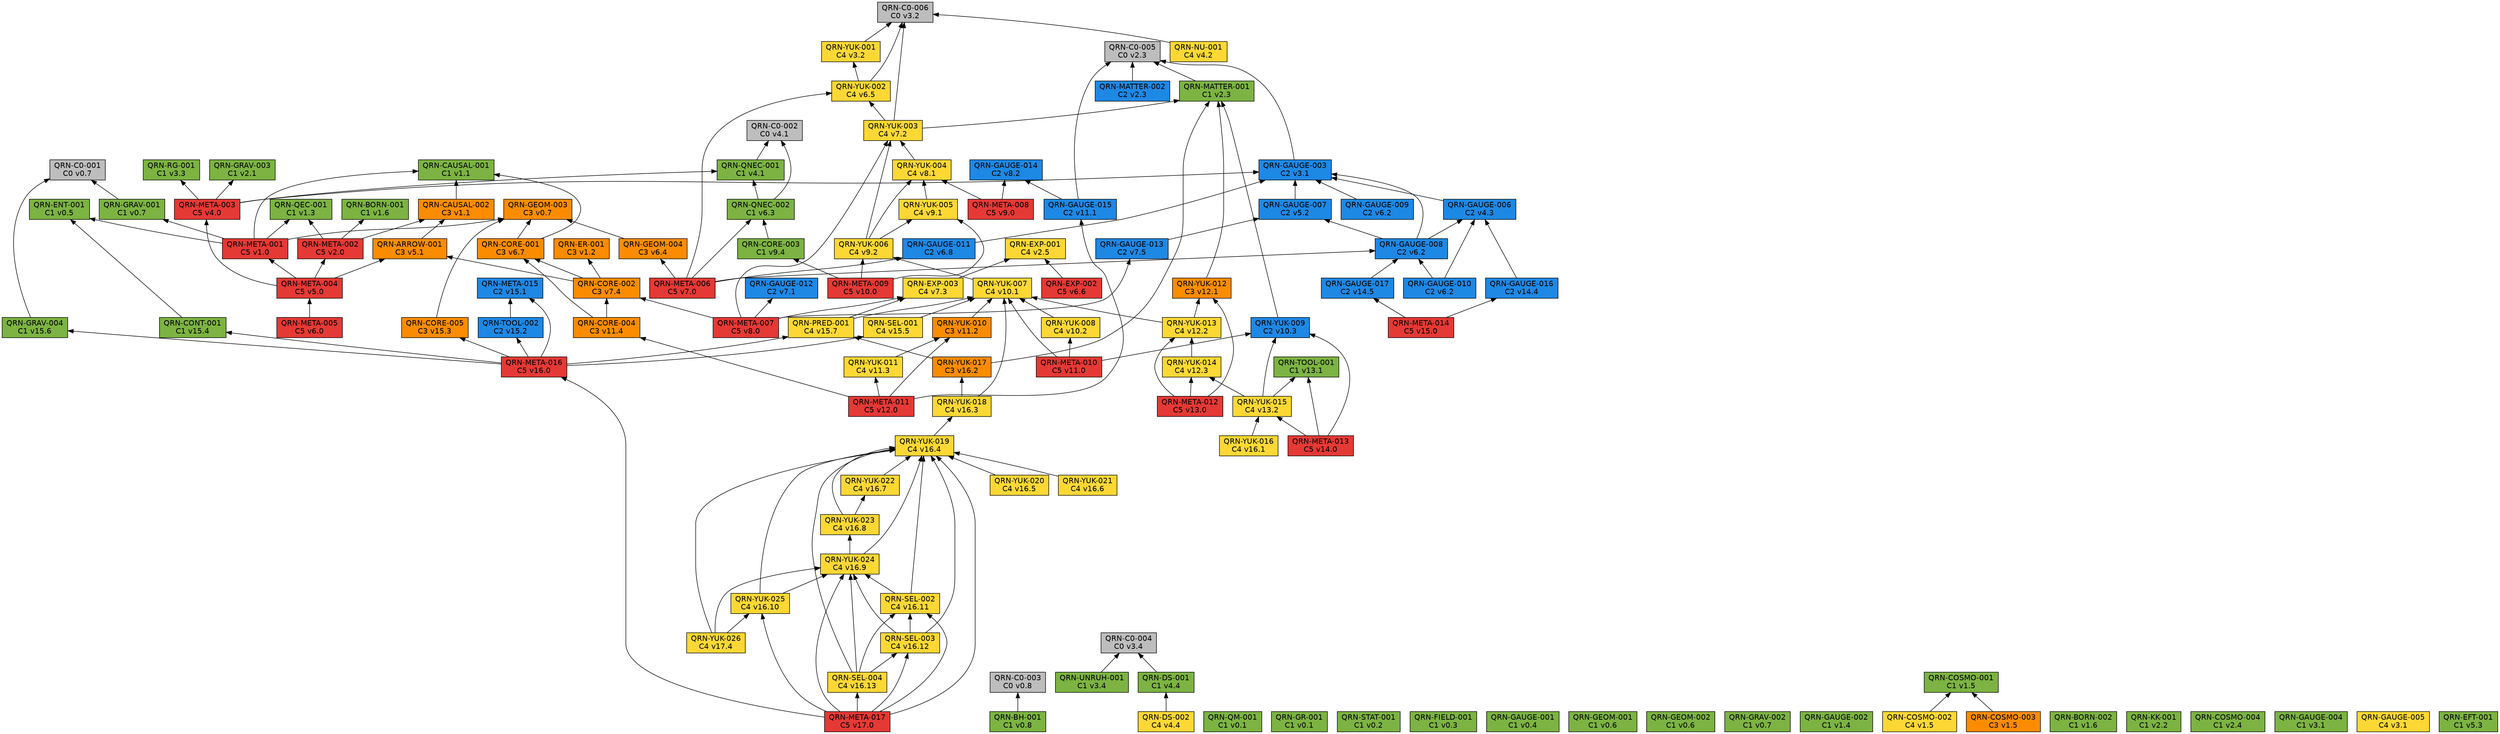
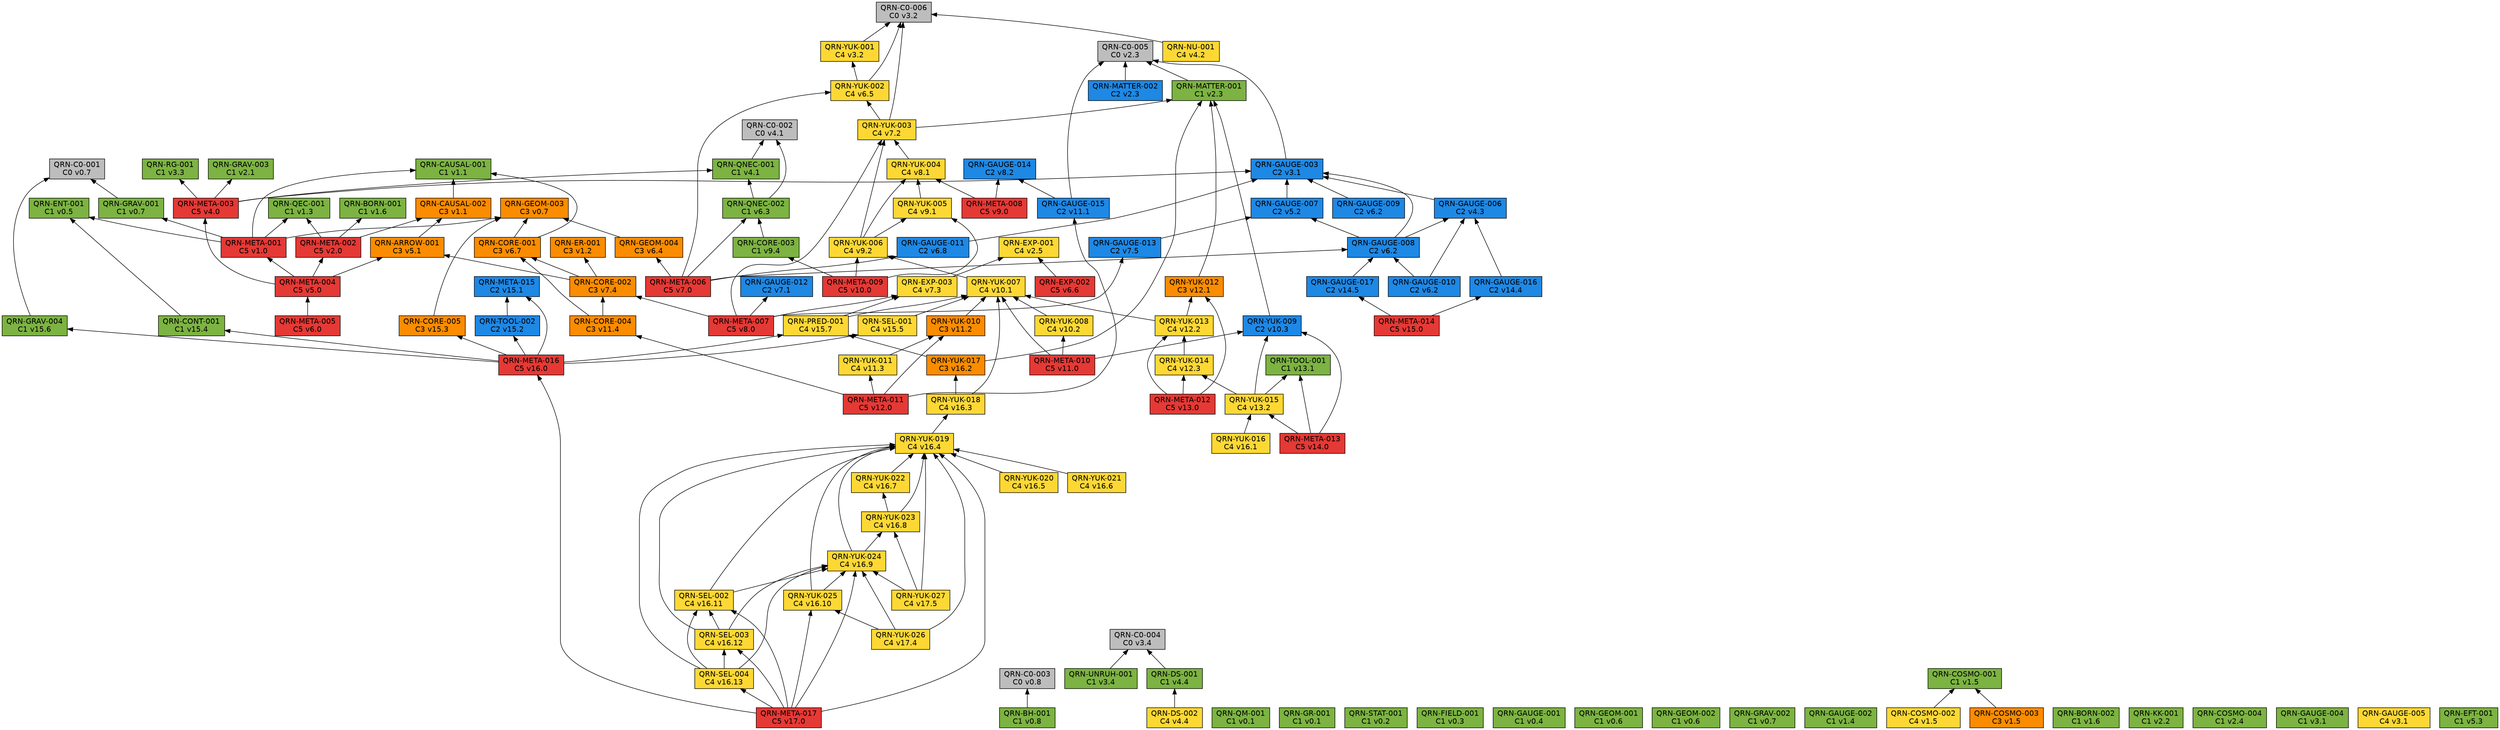
// 自動生成 (dag/report.pl) — QRN 主張依存グラフ
digraph qrn {
  rankdir=BT;
  node [shape=box, style=filled, fontname="Helvetica"];
  "QRN-C0-001" [fillcolor="#bdbdbd", label="QRN-C0-001\nC0 v0.7"];
  "QRN-C0-002" [fillcolor="#bdbdbd", label="QRN-C0-002\nC0 v4.1"];
  "QRN-C0-003" [fillcolor="#bdbdbd", label="QRN-C0-003\nC0 v0.8"];
  "QRN-C0-004" [fillcolor="#bdbdbd", label="QRN-C0-004\nC0 v3.4"];
  "QRN-C0-005" [fillcolor="#bdbdbd", label="QRN-C0-005\nC0 v2.3"];
  "QRN-C0-006" [fillcolor="#bdbdbd", label="QRN-C0-006\nC0 v3.2"];
  "QRN-QM-001" [fillcolor="#7cb342", label="QRN-QM-001\nC1 v0.1"];
  "QRN-GR-001" [fillcolor="#7cb342", label="QRN-GR-001\nC1 v0.1"];
  "QRN-STAT-001" [fillcolor="#7cb342", label="QRN-STAT-001\nC1 v0.2"];
  "QRN-FIELD-001" [fillcolor="#7cb342", label="QRN-FIELD-001\nC1 v0.3"];
  "QRN-GAUGE-001" [fillcolor="#7cb342", label="QRN-GAUGE-001\nC1 v0.4"];
  "QRN-ENT-001" [fillcolor="#7cb342", label="QRN-ENT-001\nC1 v0.5"];
  "QRN-GEOM-001" [fillcolor="#7cb342", label="QRN-GEOM-001\nC1 v0.6"];
  "QRN-GEOM-002" [fillcolor="#7cb342", label="QRN-GEOM-002\nC1 v0.6"];
  "QRN-GEOM-003" [fillcolor="#fb8c00", label="QRN-GEOM-003\nC3 v0.7"];
  "QRN-GRAV-001" [fillcolor="#7cb342", label="QRN-GRAV-001\nC1 v0.7"];
  "QRN-GRAV-002" [fillcolor="#7cb342", label="QRN-GRAV-002\nC1 v0.7"];
  "QRN-BH-001" [fillcolor="#7cb342", label="QRN-BH-001\nC1 v0.8"];
  "QRN-CAUSAL-001" [fillcolor="#7cb342", label="QRN-CAUSAL-001\nC1 v1.1"];
  "QRN-CAUSAL-002" [fillcolor="#fb8c00", label="QRN-CAUSAL-002\nC3 v1.1"];
  "QRN-ER-001" [fillcolor="#fb8c00", label="QRN-ER-001\nC3 v1.2"];
  "QRN-QEC-001" [fillcolor="#7cb342", label="QRN-QEC-001\nC1 v1.3"];
  "QRN-GAUGE-002" [fillcolor="#7cb342", label="QRN-GAUGE-002\nC1 v1.4"];
  "QRN-COSMO-001" [fillcolor="#7cb342", label="QRN-COSMO-001\nC1 v1.5"];
  "QRN-COSMO-002" [fillcolor="#fdd835", label="QRN-COSMO-002\nC4 v1.5"];
  "QRN-COSMO-003" [fillcolor="#fb8c00", label="QRN-COSMO-003\nC3 v1.5"];
  "QRN-BORN-001" [fillcolor="#7cb342", label="QRN-BORN-001\nC1 v1.6"];
  "QRN-BORN-002" [fillcolor="#7cb342", label="QRN-BORN-002\nC1 v1.6"];
  "QRN-GRAV-003" [fillcolor="#7cb342", label="QRN-GRAV-003\nC1 v2.1"];
  "QRN-KK-001" [fillcolor="#7cb342", label="QRN-KK-001\nC1 v2.2"];
  "QRN-MATTER-001" [fillcolor="#7cb342", label="QRN-MATTER-001\nC1 v2.3"];
  "QRN-MATTER-002" [fillcolor="#1e88e5", label="QRN-MATTER-002\nC2 v2.3"];
  "QRN-COSMO-004" [fillcolor="#7cb342", label="QRN-COSMO-004\nC1 v2.4"];
  "QRN-EXP-001" [fillcolor="#fdd835", label="QRN-EXP-001\nC4 v2.5"];
  "QRN-GAUGE-003" [fillcolor="#1e88e5", label="QRN-GAUGE-003\nC2 v3.1"];
  "QRN-GAUGE-004" [fillcolor="#7cb342", label="QRN-GAUGE-004\nC1 v3.1"];
  "QRN-GAUGE-005" [fillcolor="#fdd835", label="QRN-GAUGE-005\nC4 v3.1"];
  "QRN-YUK-001" [fillcolor="#fdd835", label="QRN-YUK-001\nC4 v3.2"];
  "QRN-RG-001" [fillcolor="#7cb342", label="QRN-RG-001\nC1 v3.3"];
  "QRN-UNRUH-001" [fillcolor="#7cb342", label="QRN-UNRUH-001\nC1 v3.4"];
  "QRN-QNEC-001" [fillcolor="#7cb342", label="QRN-QNEC-001\nC1 v4.1"];
  "QRN-NU-001" [fillcolor="#fdd835", label="QRN-NU-001\nC4 v4.2"];
  "QRN-GAUGE-006" [fillcolor="#1e88e5", label="QRN-GAUGE-006\nC2 v4.3"];
  "QRN-DS-001" [fillcolor="#7cb342", label="QRN-DS-001\nC1 v4.4"];
  "QRN-DS-002" [fillcolor="#fdd835", label="QRN-DS-002\nC4 v4.4"];
  "QRN-ARROW-001" [fillcolor="#fb8c00", label="QRN-ARROW-001\nC3 v5.1"];
  "QRN-GAUGE-007" [fillcolor="#1e88e5", label="QRN-GAUGE-007\nC2 v5.2"];
  "QRN-EFT-001" [fillcolor="#7cb342", label="QRN-EFT-001\nC1 v5.3"];
  "QRN-GAUGE-008" [fillcolor="#1e88e5", label="QRN-GAUGE-008\nC2 v6.2"];
  "QRN-GAUGE-009" [fillcolor="#1e88e5", label="QRN-GAUGE-009\nC2 v6.2"];
  "QRN-GAUGE-010" [fillcolor="#1e88e5", label="QRN-GAUGE-010\nC2 v6.2"];
  "QRN-QNEC-002" [fillcolor="#7cb342", label="QRN-QNEC-002\nC1 v6.3"];
  "QRN-GEOM-004" [fillcolor="#fb8c00", label="QRN-GEOM-004\nC3 v6.4"];
  "QRN-YUK-002" [fillcolor="#fdd835", label="QRN-YUK-002\nC4 v6.5"];
  "QRN-EXP-002" [fillcolor="#e53935", label="QRN-EXP-002\nC5 v6.6"];
  "QRN-CORE-001" [fillcolor="#fb8c00", label="QRN-CORE-001\nC3 v6.7"];
  "QRN-GAUGE-011" [fillcolor="#1e88e5", label="QRN-GAUGE-011\nC2 v6.8"];
  "QRN-GAUGE-012" [fillcolor="#1e88e5", label="QRN-GAUGE-012\nC2 v7.1"];
  "QRN-YUK-003" [fillcolor="#fdd835", label="QRN-YUK-003\nC4 v7.2"];
  "QRN-EXP-003" [fillcolor="#fdd835", label="QRN-EXP-003\nC4 v7.3"];
  "QRN-CORE-002" [fillcolor="#fb8c00", label="QRN-CORE-002\nC3 v7.4"];
  "QRN-GAUGE-013" [fillcolor="#1e88e5", label="QRN-GAUGE-013\nC2 v7.5"];
  "QRN-YUK-004" [fillcolor="#fdd835", label="QRN-YUK-004\nC4 v8.1"];
  "QRN-GAUGE-014" [fillcolor="#1e88e5", label="QRN-GAUGE-014\nC2 v8.2"];
  "QRN-META-001" [fillcolor="#e53935", label="QRN-META-001\nC5 v1.0"];
  "QRN-META-002" [fillcolor="#e53935", label="QRN-META-002\nC5 v2.0"];
  "QRN-META-003" [fillcolor="#e53935", label="QRN-META-003\nC5 v4.0"];
  "QRN-META-004" [fillcolor="#e53935", label="QRN-META-004\nC5 v5.0"];
  "QRN-META-005" [fillcolor="#e53935", label="QRN-META-005\nC5 v6.0"];
  "QRN-META-006" [fillcolor="#e53935", label="QRN-META-006\nC5 v7.0"];
  "QRN-META-007" [fillcolor="#e53935", label="QRN-META-007\nC5 v8.0"];
  "QRN-META-008" [fillcolor="#e53935", label="QRN-META-008\nC5 v9.0"];
  "QRN-YUK-005" [fillcolor="#fdd835", label="QRN-YUK-005\nC4 v9.1"];
  "QRN-YUK-006" [fillcolor="#fdd835", label="QRN-YUK-006\nC4 v9.2"];
  "QRN-CORE-003" [fillcolor="#7cb342", label="QRN-CORE-003\nC1 v9.4"];
  "QRN-META-009" [fillcolor="#e53935", label="QRN-META-009\nC5 v10.0"];
  "QRN-YUK-007" [fillcolor="#fdd835", label="QRN-YUK-007\nC4 v10.1"];
  "QRN-YUK-008" [fillcolor="#fdd835", label="QRN-YUK-008\nC4 v10.2"];
  "QRN-YUK-009" [fillcolor="#1e88e5", label="QRN-YUK-009\nC2 v10.3"];
  "QRN-META-010" [fillcolor="#e53935", label="QRN-META-010\nC5 v11.0"];
  "QRN-GAUGE-015" [fillcolor="#1e88e5", label="QRN-GAUGE-015\nC2 v11.1"];
  "QRN-YUK-010" [fillcolor="#fb8c00", label="QRN-YUK-010\nC3 v11.2"];
  "QRN-YUK-011" [fillcolor="#fdd835", label="QRN-YUK-011\nC4 v11.3"];
  "QRN-CORE-004" [fillcolor="#fb8c00", label="QRN-CORE-004\nC3 v11.4"];
  "QRN-META-011" [fillcolor="#e53935", label="QRN-META-011\nC5 v12.0"];
  "QRN-YUK-012" [fillcolor="#fb8c00", label="QRN-YUK-012\nC3 v12.1"];
  "QRN-YUK-013" [fillcolor="#fdd835", label="QRN-YUK-013\nC4 v12.2"];
  "QRN-YUK-014" [fillcolor="#fdd835", label="QRN-YUK-014\nC4 v12.3"];
  "QRN-META-012" [fillcolor="#e53935", label="QRN-META-012\nC5 v13.0"];
  "QRN-TOOL-001" [fillcolor="#7cb342", label="QRN-TOOL-001\nC1 v13.1"];
  "QRN-YUK-015" [fillcolor="#fdd835", label="QRN-YUK-015\nC4 v13.2"];
  "QRN-META-013" [fillcolor="#e53935", label="QRN-META-013\nC5 v14.0"];
  "QRN-GAUGE-016" [fillcolor="#1e88e5", label="QRN-GAUGE-016\nC2 v14.4"];
  "QRN-GAUGE-017" [fillcolor="#1e88e5", label="QRN-GAUGE-017\nC2 v14.5"];
  "QRN-META-014" [fillcolor="#e53935", label="QRN-META-014\nC5 v15.0"];
  "QRN-META-015" [fillcolor="#1e88e5", label="QRN-META-015\nC2 v15.1"];
  "QRN-TOOL-002" [fillcolor="#1e88e5", label="QRN-TOOL-002\nC2 v15.2"];
  "QRN-CORE-005" [fillcolor="#fb8c00", label="QRN-CORE-005\nC3 v15.3"];
  "QRN-CONT-001" [fillcolor="#7cb342", label="QRN-CONT-001\nC1 v15.4"];
  "QRN-SEL-001" [fillcolor="#fdd835", label="QRN-SEL-001\nC4 v15.5"];
  "QRN-GRAV-004" [fillcolor="#7cb342", label="QRN-GRAV-004\nC1 v15.6"];
  "QRN-PRED-001" [fillcolor="#fdd835", label="QRN-PRED-001\nC4 v15.7"];
  "QRN-META-016" [fillcolor="#e53935", label="QRN-META-016\nC5 v16.0"];
  "QRN-YUK-016" [fillcolor="#fdd835", label="QRN-YUK-016\nC4 v16.1"];
  "QRN-YUK-017" [fillcolor="#fb8c00", label="QRN-YUK-017\nC3 v16.2"];
  "QRN-YUK-018" [fillcolor="#fdd835", label="QRN-YUK-018\nC4 v16.3"];
  "QRN-YUK-019" [fillcolor="#fdd835", label="QRN-YUK-019\nC4 v16.4"];
  "QRN-YUK-020" [fillcolor="#fdd835", label="QRN-YUK-020\nC4 v16.5"];
  "QRN-YUK-021" [fillcolor="#fdd835", label="QRN-YUK-021\nC4 v16.6"];
  "QRN-YUK-022" [fillcolor="#fdd835", label="QRN-YUK-022\nC4 v16.7"];
  "QRN-YUK-023" [fillcolor="#fdd835", label="QRN-YUK-023\nC4 v16.8"];
  "QRN-YUK-024" [fillcolor="#fdd835", label="QRN-YUK-024\nC4 v16.9"];
  "QRN-YUK-025" [fillcolor="#fdd835", label="QRN-YUK-025\nC4 v16.10"];
  "QRN-SEL-002" [fillcolor="#fdd835", label="QRN-SEL-002\nC4 v16.11"];
  "QRN-SEL-003" [fillcolor="#fdd835", label="QRN-SEL-003\nC4 v16.12"];
  "QRN-SEL-004" [fillcolor="#fdd835", label="QRN-SEL-004\nC4 v16.13"];
  "QRN-META-017" [fillcolor="#e53935", label="QRN-META-017\nC5 v17.0"];
  "QRN-YUK-026" [fillcolor="#fdd835", label="QRN-YUK-026\nC4 v17.4"];
+   "QRN-YUK-027" [fillcolor="#fdd835", label="QRN-YUK-027\nC4 v17.5"];
  "QRN-GRAV-001" -> "QRN-C0-001";
  "QRN-BH-001" -> "QRN-C0-003";
  "QRN-CAUSAL-002" -> "QRN-CAUSAL-001";
  "QRN-COSMO-002" -> "QRN-COSMO-001";
  "QRN-COSMO-003" -> "QRN-COSMO-001";
  "QRN-MATTER-001" -> "QRN-C0-005";
  "QRN-MATTER-002" -> "QRN-C0-005";
  "QRN-GAUGE-003" -> "QRN-C0-005";
  "QRN-YUK-001" -> "QRN-C0-006";
  "QRN-UNRUH-001" -> "QRN-C0-004";
  "QRN-QNEC-001" -> "QRN-C0-002";
  "QRN-NU-001" -> "QRN-C0-006";
  "QRN-GAUGE-006" -> "QRN-GAUGE-003";
  "QRN-DS-001" -> "QRN-C0-004";
  "QRN-DS-002" -> "QRN-DS-001";
  "QRN-ARROW-001" -> "QRN-CAUSAL-002";
  "QRN-GAUGE-007" -> "QRN-GAUGE-003";
  "QRN-GAUGE-008" -> "QRN-GAUGE-003";
  "QRN-GAUGE-008" -> "QRN-GAUGE-006";
  "QRN-GAUGE-008" -> "QRN-GAUGE-007";
  "QRN-GAUGE-009" -> "QRN-GAUGE-003";
  "QRN-GAUGE-010" -> "QRN-GAUGE-006";
  "QRN-GAUGE-010" -> "QRN-GAUGE-008";
  "QRN-QNEC-002" -> "QRN-C0-002";
  "QRN-QNEC-002" -> "QRN-QNEC-001";
  "QRN-GEOM-004" -> "QRN-GEOM-003";
  "QRN-YUK-002" -> "QRN-C0-006";
  "QRN-YUK-002" -> "QRN-YUK-001";
  "QRN-EXP-002" -> "QRN-EXP-001";
  "QRN-CORE-001" -> "QRN-GEOM-003";
  "QRN-CORE-001" -> "QRN-CAUSAL-001";
  "QRN-GAUGE-011" -> "QRN-GAUGE-003";
  "QRN-YUK-003" -> "QRN-C0-006";
  "QRN-YUK-003" -> "QRN-MATTER-001";
  "QRN-YUK-003" -> "QRN-YUK-002";
  "QRN-EXP-003" -> "QRN-EXP-001";
  "QRN-CORE-002" -> "QRN-CORE-001";
  "QRN-CORE-002" -> "QRN-ER-001";
  "QRN-CORE-002" -> "QRN-ARROW-001";
  "QRN-GAUGE-013" -> "QRN-GAUGE-007";
  "QRN-YUK-004" -> "QRN-YUK-003";
  "QRN-META-001" -> "QRN-GEOM-003";
  "QRN-META-001" -> "QRN-GRAV-001";
  "QRN-META-001" -> "QRN-CAUSAL-001";
  "QRN-META-001" -> "QRN-QEC-001";
  "QRN-META-001" -> "QRN-ENT-001";
  "QRN-META-002" -> "QRN-QEC-001";
  "QRN-META-002" -> "QRN-BORN-001";
  "QRN-META-002" -> "QRN-CAUSAL-002";
  "QRN-META-003" -> "QRN-GAUGE-003";
  "QRN-META-003" -> "QRN-RG-001";
  "QRN-META-003" -> "QRN-QNEC-001";
  "QRN-META-003" -> "QRN-GRAV-003";
  "QRN-META-004" -> "QRN-META-001";
  "QRN-META-004" -> "QRN-META-002";
  "QRN-META-004" -> "QRN-META-003";
  "QRN-META-004" -> "QRN-ARROW-001";
  "QRN-META-005" -> "QRN-META-004";
  "QRN-META-006" -> "QRN-GAUGE-008";
  "QRN-META-006" -> "QRN-QNEC-002";
  "QRN-META-006" -> "QRN-GEOM-004";
  "QRN-META-006" -> "QRN-YUK-002";
  "QRN-META-006" -> "QRN-GAUGE-011";
  "QRN-META-007" -> "QRN-GAUGE-012";
  "QRN-META-007" -> "QRN-YUK-003";
  "QRN-META-007" -> "QRN-EXP-003";
  "QRN-META-007" -> "QRN-CORE-002";
  "QRN-META-007" -> "QRN-GAUGE-013";
  "QRN-META-008" -> "QRN-YUK-004";
  "QRN-META-008" -> "QRN-GAUGE-014";
  "QRN-YUK-005" -> "QRN-YUK-004";
  "QRN-YUK-006" -> "QRN-YUK-003";
  "QRN-YUK-006" -> "QRN-YUK-004";
  "QRN-YUK-006" -> "QRN-YUK-005";
  "QRN-CORE-003" -> "QRN-QNEC-002";
  "QRN-META-009" -> "QRN-YUK-005";
  "QRN-META-009" -> "QRN-YUK-006";
  "QRN-META-009" -> "QRN-CORE-003";
  "QRN-YUK-007" -> "QRN-YUK-006";
  "QRN-YUK-008" -> "QRN-YUK-007";
  "QRN-YUK-009" -> "QRN-MATTER-001";
  "QRN-META-010" -> "QRN-YUK-007";
  "QRN-META-010" -> "QRN-YUK-008";
  "QRN-META-010" -> "QRN-YUK-009";
  "QRN-GAUGE-015" -> "QRN-C0-005";
  "QRN-GAUGE-015" -> "QRN-GAUGE-014";
  "QRN-YUK-010" -> "QRN-YUK-007";
  "QRN-YUK-011" -> "QRN-YUK-010";
  "QRN-CORE-004" -> "QRN-CORE-001";
  "QRN-CORE-004" -> "QRN-CORE-002";
  "QRN-META-011" -> "QRN-GAUGE-015";
  "QRN-META-011" -> "QRN-YUK-010";
  "QRN-META-011" -> "QRN-YUK-011";
  "QRN-META-011" -> "QRN-CORE-004";
  "QRN-YUK-012" -> "QRN-MATTER-001";
  "QRN-YUK-013" -> "QRN-YUK-012";
  "QRN-YUK-013" -> "QRN-YUK-007";
  "QRN-YUK-014" -> "QRN-YUK-013";
  "QRN-META-012" -> "QRN-YUK-012";
  "QRN-META-012" -> "QRN-YUK-013";
  "QRN-META-012" -> "QRN-YUK-014";
  "QRN-YUK-015" -> "QRN-YUK-014";
  "QRN-YUK-015" -> "QRN-TOOL-001";
  "QRN-YUK-015" -> "QRN-YUK-009";
  "QRN-META-013" -> "QRN-YUK-015";
  "QRN-META-013" -> "QRN-TOOL-001";
  "QRN-META-013" -> "QRN-YUK-009";
  "QRN-GAUGE-016" -> "QRN-GAUGE-006";
  "QRN-GAUGE-017" -> "QRN-GAUGE-008";
  "QRN-META-014" -> "QRN-GAUGE-016";
  "QRN-META-014" -> "QRN-GAUGE-017";
  "QRN-TOOL-002" -> "QRN-META-015";
  "QRN-CORE-005" -> "QRN-GEOM-003";
  "QRN-CONT-001" -> "QRN-ENT-001";
  "QRN-SEL-001" -> "QRN-YUK-007";
  "QRN-GRAV-004" -> "QRN-C0-001";
  "QRN-PRED-001" -> "QRN-YUK-007";
  "QRN-PRED-001" -> "QRN-EXP-003";
  "QRN-META-016" -> "QRN-META-015";
  "QRN-META-016" -> "QRN-TOOL-002";
  "QRN-META-016" -> "QRN-CORE-005";
  "QRN-META-016" -> "QRN-CONT-001";
  "QRN-META-016" -> "QRN-SEL-001";
  "QRN-META-016" -> "QRN-GRAV-004";
  "QRN-META-016" -> "QRN-PRED-001";
  "QRN-YUK-016" -> "QRN-YUK-015";
  "QRN-YUK-017" -> "QRN-MATTER-001";
  "QRN-YUK-017" -> "QRN-PRED-001";
  "QRN-YUK-018" -> "QRN-YUK-017";
  "QRN-YUK-018" -> "QRN-YUK-007";
  "QRN-YUK-019" -> "QRN-YUK-018";
  "QRN-YUK-020" -> "QRN-YUK-019";
  "QRN-YUK-021" -> "QRN-YUK-019";
  "QRN-YUK-022" -> "QRN-YUK-019";
  "QRN-YUK-023" -> "QRN-YUK-019";
  "QRN-YUK-023" -> "QRN-YUK-022";
  "QRN-YUK-024" -> "QRN-YUK-019";
  "QRN-YUK-024" -> "QRN-YUK-023";
  "QRN-YUK-025" -> "QRN-YUK-019";
  "QRN-YUK-025" -> "QRN-YUK-024";
  "QRN-SEL-002" -> "QRN-YUK-019";
  "QRN-SEL-002" -> "QRN-YUK-024";
  "QRN-SEL-003" -> "QRN-YUK-019";
  "QRN-SEL-003" -> "QRN-YUK-024";
  "QRN-SEL-003" -> "QRN-SEL-002";
  "QRN-SEL-004" -> "QRN-YUK-019";
  "QRN-SEL-004" -> "QRN-YUK-024";
  "QRN-SEL-004" -> "QRN-SEL-002";
  "QRN-SEL-004" -> "QRN-SEL-003";
  "QRN-META-017" -> "QRN-META-016";
  "QRN-META-017" -> "QRN-YUK-019";
  "QRN-META-017" -> "QRN-YUK-024";
  "QRN-META-017" -> "QRN-YUK-025";
  "QRN-META-017" -> "QRN-SEL-002";
  "QRN-META-017" -> "QRN-SEL-003";
  "QRN-META-017" -> "QRN-SEL-004";
  "QRN-YUK-026" -> "QRN-YUK-019";
  "QRN-YUK-026" -> "QRN-YUK-024";
  "QRN-YUK-026" -> "QRN-YUK-025";
+   "QRN-YUK-027" -> "QRN-YUK-019";
+   "QRN-YUK-027" -> "QRN-YUK-023";
+   "QRN-YUK-027" -> "QRN-YUK-024";
}
